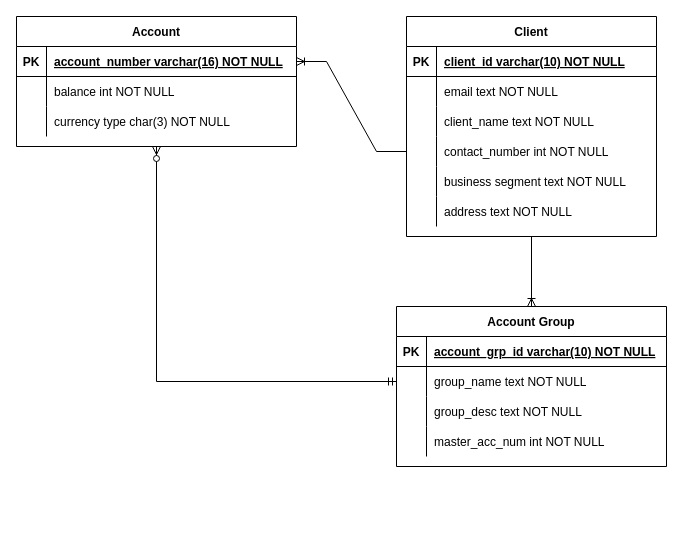
The draw.io diagram bootcamp.drawio in devesh-iitism/Yahtzee, before the edit. Source tidied: cells renumbered, new cells numbered last; positions are measured from the earlier drawing's top-left corner, leaving out a move shared by most shapes. Both pictures are drawn from the tidied source at 100%, with x=0, y=0 at pixel (16, 16).
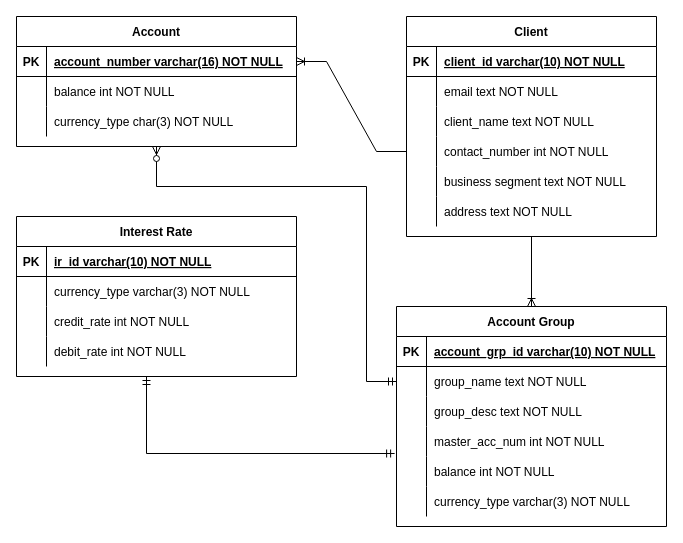
The same diagram, later.

The change refers to these unchanged cells:
```xml
<mxCell id="25" style="shape=partialRectangle;fillColor=none;points=[[0,0.5],[1,0.5]];portConstraint=eastwest;top=0;left=0;right=0;bottom=0;" parent="21" vertex="1">
  <mxGeometry y="60" width="270" height="30" as="geometry" />
</mxCell>
<mxCell id="34" value="Account" style="shape=table;startSize=30;childLayout=tableLayout;rowLines=0;fontStyle=1;align=center;" parent="1" vertex="1">
  <mxGeometry width="280" height="130" as="geometry" />
</mxCell>
<mxCell id="41" style="shape=partialRectangle;fillColor=none;top=0;left=0;right=0;bottom=0;" parent="34" vertex="1">
  <mxGeometry y="90" width="280" height="30" as="geometry" />
</mxCell>
```

Diff of the diagram source:
```diff
@@
     <mxCell id="21" value="Account Group" style="shape=table;startSize=30;childLayout=tableLayout;rowLines=0;fontStyle=1;align=center;" parent="1" vertex="1">
-      <mxGeometry x="380" y="290" width="270" height="160" as="geometry" />
+      <mxGeometry x="380" y="290" width="270" height="220" as="geometry" />
     </mxCell>
@@
+    <mxCell id="47" style="shape=partialRectangle;fillColor=none;points=[[0,0.5],[1,0.5]];portConstraint=eastwest;top=0;left=0;right=0;bottom=0;" parent="21" vertex="1">
+      <mxGeometry y="150" width="270" height="30" as="geometry" />
+    </mxCell>
+    <mxCell id="48" style="shape=partialRectangle;overflow=hidden;fillColor=none;top=0;left=0;bottom=0;right=0;" parent="47" vertex="1">
+      <mxGeometry width="30" height="30" as="geometry" />
+    </mxCell>
+    <mxCell id="49" value="balance int NOT NULL" style="shape=partialRectangle;overflow=hidden;fillColor=none;top=0;left=0;bottom=0;right=0;align=left;spacingLeft=6;" parent="47" vertex="1">
+      <mxGeometry x="30" width="240" height="30" as="geometry" />
+    </mxCell>
+    <mxCell id="50" style="shape=partialRectangle;fillColor=none;top=0;left=0;right=0;bottom=0;" parent="21" vertex="1">
+      <mxGeometry y="180" width="270" height="30" as="geometry" />
+    </mxCell>
+    <mxCell id="51" style="shape=partialRectangle;overflow=hidden;fillColor=none;top=0;left=0;bottom=0;right=0;" parent="50" vertex="1">
+      <mxGeometry width="30" height="30" as="geometry" />
+    </mxCell>
+    <mxCell id="52" value="currency_type varchar(3) NOT NULL" style="shape=partialRectangle;overflow=hidden;fillColor=none;top=0;left=0;bottom=0;right=0;align=left;spacingLeft=6;" parent="50" vertex="1">
+      <mxGeometry x="30" width="240" height="30" as="geometry" />
+    </mxCell>
@@
-    <mxCell id="43" value="currency type char(3) NOT NULL" style="shape=partialRectangle;overflow=hidden;fillColor=none;top=0;left=0;bottom=0;right=0;align=left;spacingLeft=6;" parent="41" vertex="1">
+    <mxCell id="43" value="currency_type char(3) NOT NULL" style="shape=partialRectangle;overflow=hidden;fillColor=none;top=0;left=0;bottom=0;right=0;align=left;spacingLeft=6;" parent="41" vertex="1">
       <mxGeometry x="30" width="250" height="30" as="geometry" />
     </mxCell>
@@
-    <mxCell id="45" style="edgeStyle=elbowEdgeStyle;fontSize=12;html=1;endArrow=ERzeroToMany;startArrow=ERmandOne;rounded=0;exitX=0;exitY=0.5;exitDx=0;exitDy=0;entryX=0.5;entryY=1;entryDx=0;entryDy=0;" parent="1" edge="1" source="25" target="34">
+    <mxCell id="45" style="edgeStyle=orthogonalEdgeStyle;fontSize=12;html=1;endArrow=ERzeroToMany;startArrow=ERmandOne;rounded=0;exitX=0;exitY=0.5;exitDx=0;exitDy=0;entryX=0.5;entryY=1;entryDx=0;entryDy=0;" parent="1" edge="1" source="25" target="34">
       <mxGeometry relative="1" as="geometry">
         <Array as="points">
-          <mxPoint x="140" y="160" />
-          <mxPoint x="260" y="270" />
+          <mxPoint x="350" y="365" />
+          <mxPoint x="350" y="170" />
+          <mxPoint x="140" y="170" />
         </Array>
       </mxGeometry>
     </mxCell>
@@
+    <mxCell id="53" value="Interest Rate" style="shape=table;startSize=30;childLayout=tableLayout;rowLines=0;fontStyle=1;align=center;" parent="1" vertex="1">
+      <mxGeometry y="200" width="280" height="160" as="geometry" />
+    </mxCell>
+    <mxCell id="54" style="shape=tableRow;horizontal=0;startSize=0;swimlaneHead=0;swimlaneBody=0;fillColor=none;top=0;left=0;right=0;bottom=1;" parent="53" vertex="1">
+      <mxGeometry y="30" width="280" height="30" as="geometry" />
+    </mxCell>
+    <mxCell id="55" value="PK" style="shape=partialRectangle;fillColor=none;top=0;left=0;bottom=0;right=0;fontStyle=1;overflow=hidden;" parent="54" vertex="1">
+      <mxGeometry width="30" height="30" as="geometry" />
+    </mxCell>
+    <mxCell id="56" value="ir_id varchar(10) NOT NULL" style="shape=partialRectangle;fillColor=none;top=0;left=0;bottom=0;right=0;align=left;spacingLeft=6;fontStyle=5;overflow=hidden;" parent="54" vertex="1">
+      <mxGeometry x="30" width="250" height="30" as="geometry" />
+    </mxCell>
+    <mxCell id="57" style="shape=tableRow;horizontal=0;startSize=0;swimlaneHead=0;swimlaneBody=0;fillColor=none;top=0;left=0;right=0;bottom=0;" parent="53" vertex="1">
+      <mxGeometry y="60" width="280" height="30" as="geometry" />
+    </mxCell>
+    <mxCell id="58" style="shape=partialRectangle;fillColor=none;top=0;left=0;bottom=0;right=0;overflow=hidden;" parent="57" vertex="1">
+      <mxGeometry width="30" height="30" as="geometry" />
+    </mxCell>
+    <mxCell id="59" value="currency_type varchar(3) NOT NULL" style="shape=partialRectangle;fillColor=none;top=0;left=0;bottom=0;right=0;align=left;spacingLeft=6;overflow=hidden;" parent="57" vertex="1">
+      <mxGeometry x="30" width="250" height="30" as="geometry" />
+    </mxCell>
+    <mxCell id="60" style="shape=tableRow;horizontal=0;startSize=0;swimlaneHead=0;swimlaneBody=0;fillColor=none;top=0;left=0;right=0;bottom=0;" parent="53" vertex="1">
+      <mxGeometry y="90" width="280" height="30" as="geometry" />
+    </mxCell>
+    <mxCell id="61" style="shape=partialRectangle;fillColor=none;top=0;left=0;bottom=0;right=0;overflow=hidden;" parent="60" vertex="1">
+      <mxGeometry width="30" height="30" as="geometry" />
+    </mxCell>
+    <mxCell id="62" value="credit_rate int NOT NULL" style="shape=partialRectangle;fillColor=none;top=0;left=0;bottom=0;right=0;align=left;spacingLeft=6;overflow=hidden;" parent="60" vertex="1">
+      <mxGeometry x="30" width="250" height="30" as="geometry" />
+    </mxCell>
+    <mxCell id="63" style="shape=tableRow;horizontal=0;startSize=0;swimlaneHead=0;swimlaneBody=0;fillColor=none;top=0;left=0;right=0;bottom=0;" parent="53" vertex="1">
+      <mxGeometry y="120" width="280" height="30" as="geometry" />
+    </mxCell>
+    <mxCell id="64" style="shape=partialRectangle;fillColor=none;top=0;left=0;bottom=0;right=0;overflow=hidden;" parent="63" vertex="1">
+      <mxGeometry width="30" height="30" as="geometry" />
+    </mxCell>
+    <mxCell id="65" value="debit_rate int NOT NULL" style="shape=partialRectangle;fillColor=none;top=0;left=0;bottom=0;right=0;align=left;spacingLeft=6;overflow=hidden;" parent="63" vertex="1">
+      <mxGeometry x="30" width="250" height="30" as="geometry" />
+    </mxCell>
+    <mxCell id="66" style="edgeStyle=elbowEdgeStyle;fontSize=12;html=1;endArrow=ERmandOne;startArrow=ERmandOne;rounded=0;entryX=-0.007;entryY=-0.1;entryDx=0;entryDy=0;entryPerimeter=0;" parent="1" edge="1" target="47">
+      <mxGeometry relative="1" as="geometry">
+        <mxPoint x="130" y="360" as="sourcePoint" />
+        <Array as="points">
+          <mxPoint x="130" y="430" />
+        </Array>
+      </mxGeometry>
+    </mxCell>
```
